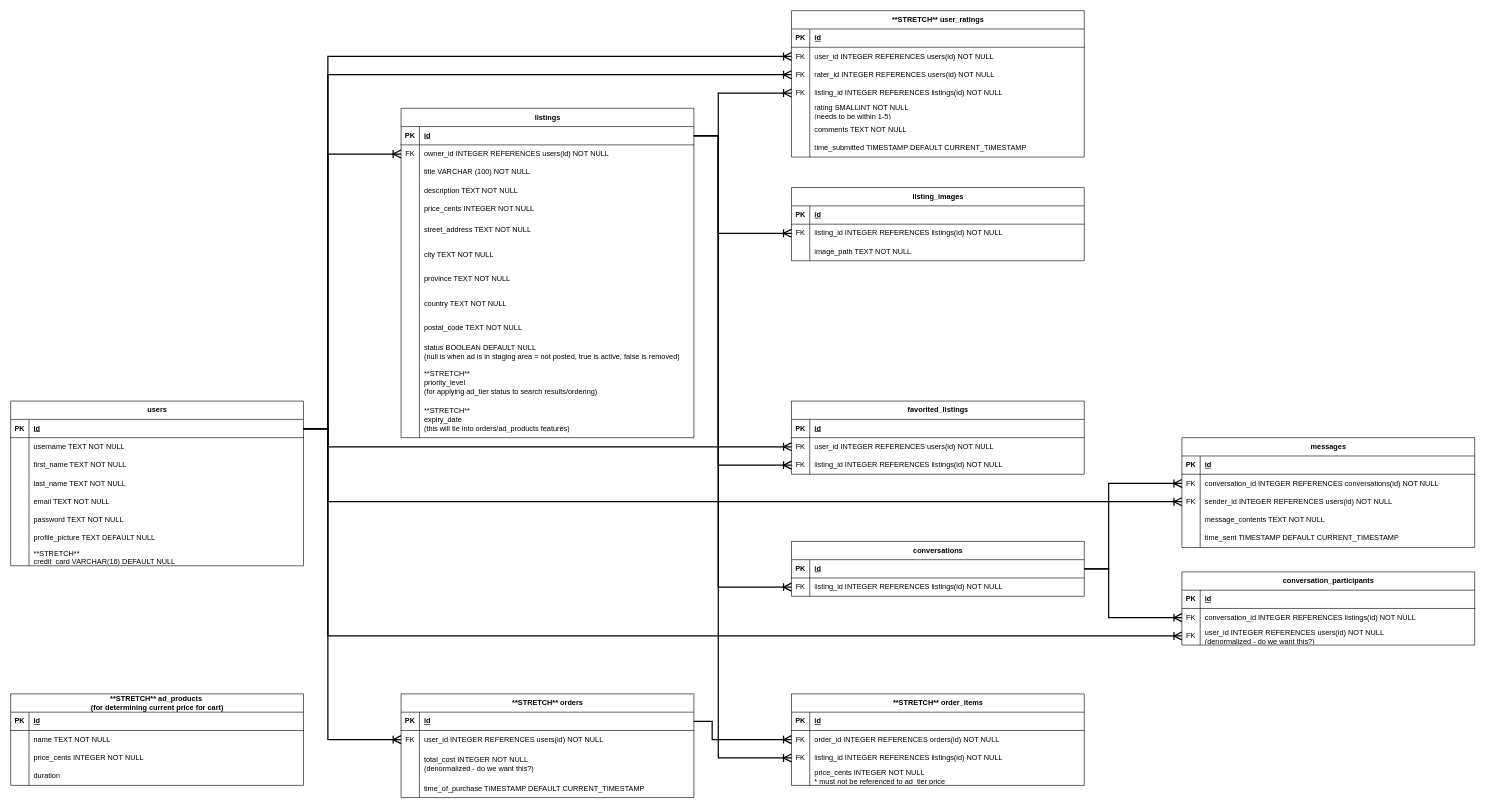
The draw.io diagram planning/GS ERD Proposal.drawio in gary92gs/buySellMidterm, before the edit. Source tidied: cells renumbered, new cells numbered last; positions are measured from the earlier drawing's top-left corner, leaving out a move shared by most shapes. Both pictures are drawn from the tidied source at 61%, with x=0, y=0 at pixel (10, 10).
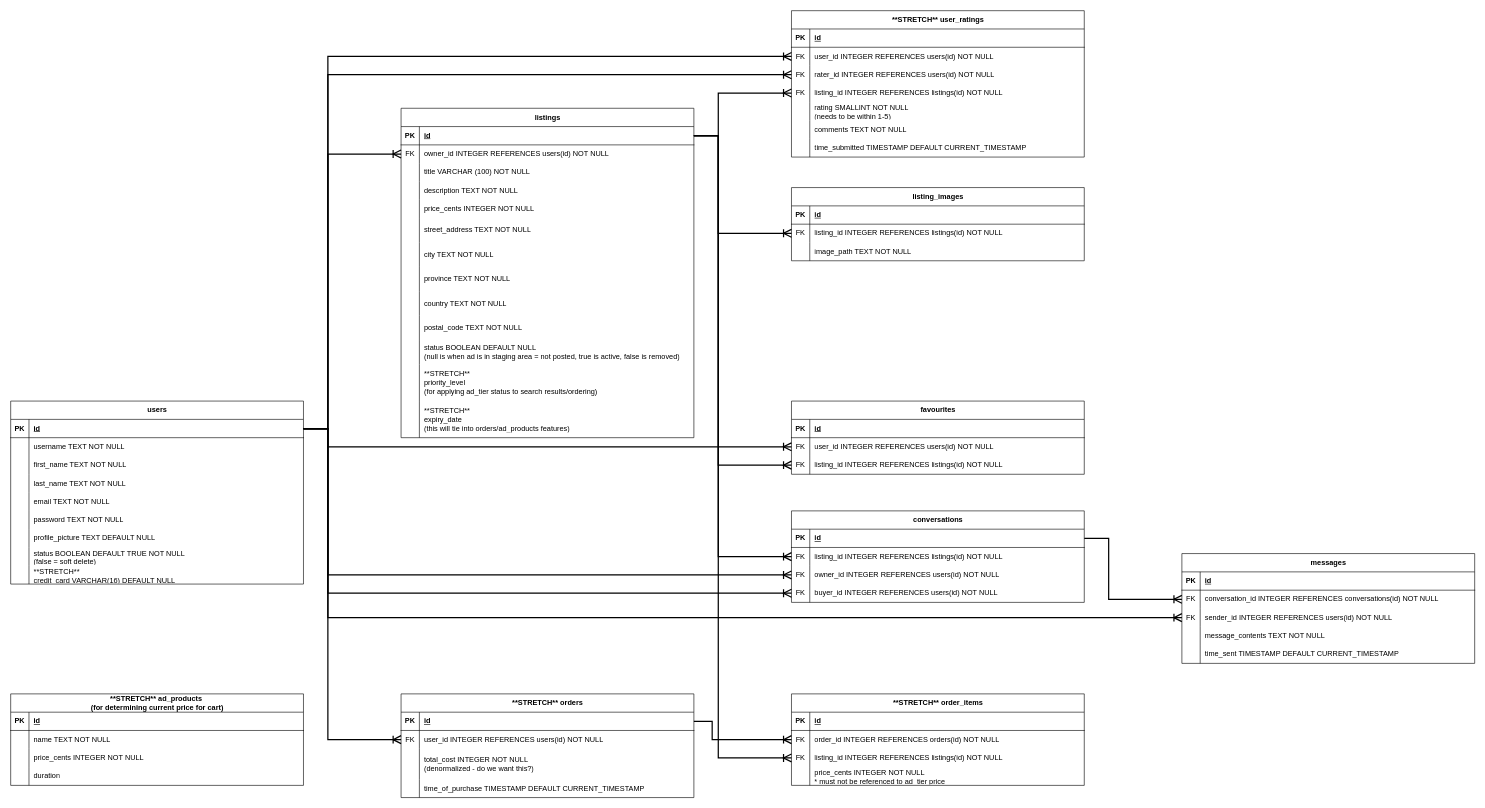
Above is the later version.

Commit message (it also covers changes not shown here):
update erd with instructor recommended changes

The change refers to these unchanged cells:
```xml
<mxCell id="17" style="shape=tableRow;horizontal=0;startSize=0;swimlaneHead=0;swimlaneBody=0;fillColor=none;points=[[0,0.5],[1,0.5]];portConstraint=eastwest;top=0;left=0;right=0;bottom=1;" parent="16" vertex="1">
  <mxGeometry y="30" width="480" height="30" as="geometry" />
</mxCell>
<mxCell id="42" style="shape=tableRow;horizontal=0;startSize=0;swimlaneHead=0;swimlaneBody=0;fillColor=none;points=[[0,0.5],[1,0.5]];portConstraint=eastwest;top=0;left=0;right=0;bottom=1;" parent="41" vertex="1">
  <mxGeometry y="30" width="480" height="30" as="geometry" />
</mxCell>
<mxCell id="85" style="shape=tableRow;horizontal=0;startSize=0;swimlaneHead=0;swimlaneBody=0;fillColor=none;points=[[0,0.5],[1,0.5]];portConstraint=eastwest;top=0;left=0;right=0;bottom=0;" parent="81" vertex="1">
  <mxGeometry y="60" width="480" height="30" as="geometry" />
</mxCell>
<mxCell id="88" style="shape=tableRow;horizontal=0;startSize=0;swimlaneHead=0;swimlaneBody=0;fillColor=none;points=[[0,0.5],[1,0.5]];portConstraint=eastwest;top=0;left=0;right=0;bottom=0;" parent="81" vertex="1">
  <mxGeometry y="90" width="480" height="30" as="geometry" />
</mxCell>
<mxCell id="98" style="shape=tableRow;horizontal=0;startSize=0;swimlaneHead=0;swimlaneBody=0;fillColor=none;points=[[0,0.5],[1,0.5]];portConstraint=eastwest;top=0;left=0;right=0;bottom=1;" parent="97" vertex="1">
  <mxGeometry y="30" width="480" height="30" as="geometry" />
</mxCell>
<mxCell id="101" style="shape=tableRow;horizontal=0;startSize=0;swimlaneHead=0;swimlaneBody=0;fillColor=none;points=[[0,0.5],[1,0.5]];portConstraint=eastwest;top=0;left=0;right=0;bottom=0;" parent="97" vertex="1">
  <mxGeometry y="60" width="480" height="30" as="geometry" />
</mxCell>
```

Diff of the diagram source:
```diff
@@
     <mxCell id="16" value="users" style="shape=table;startSize=30;childLayout=tableLayout;rowLines=0;fontStyle=1;align=center;html=1;" parent="1" vertex="1">
-      <mxGeometry y="640" width="480" height="270" as="geometry" />
+      <mxGeometry y="640" width="480" height="300" as="geometry" />
     </mxCell>
@@
+    <mxCell id="196" style="shape=tableRow;horizontal=0;startSize=0;swimlaneHead=0;swimlaneBody=0;fillColor=none;top=0;left=0;right=0;bottom=0;" parent="16" vertex="1">
+      <mxGeometry y="240" width="480" height="30" as="geometry" />
+    </mxCell>
+    <mxCell id="197" style="shape=partialRectangle;fillColor=none;top=0;left=0;bottom=0;right=0;overflow=hidden;whiteSpace=wrap;html=1;" parent="196" vertex="1">
+      <mxGeometry width="30" height="30" as="geometry" />
+    </mxCell>
+    <mxCell id="198" value="status BOOLEAN DEFAULT TRUE NOT NULL&lt;br&gt;(false = soft delete)" style="shape=partialRectangle;fillColor=none;top=0;left=0;bottom=0;right=0;align=left;spacingLeft=6;overflow=hidden;whiteSpace=wrap;html=1;" parent="196" vertex="1">
+      <mxGeometry x="30" width="450" height="30" as="geometry" />
+    </mxCell>
     <mxCell id="38" style="shape=tableRow;horizontal=0;startSize=0;swimlaneHead=0;swimlaneBody=0;fillColor=none;top=0;left=0;right=0;bottom=0;" parent="16" vertex="1">
-      <mxGeometry y="240" width="480" height="30" as="geometry" />
+      <mxGeometry y="270" width="480" height="30" as="geometry" />
     </mxCell>
@@
     <mxCell id="81" value="messages" style="shape=table;startSize=30;childLayout=tableLayout;rowLines=0;fontStyle=1;align=center;html=1;" parent="1" vertex="1">
-      <mxGeometry x="1920" y="700" width="480" height="180" as="geometry" />
+      <mxGeometry x="1920" y="890" width="480" height="180" as="geometry" />
     </mxCell>
@@
     <mxCell id="97" value="conversations" style="shape=table;startSize=30;childLayout=tableLayout;rowLines=0;fontStyle=1;align=center;html=1;" parent="1" vertex="1">
-      <mxGeometry x="1280" y="870" width="480" height="90" as="geometry" />
+      <mxGeometry x="1280" y="820" width="480" height="150" as="geometry" />
     </mxCell>
@@
+    <mxCell id="151" style="shape=tableRow;horizontal=0;startSize=0;swimlaneHead=0;swimlaneBody=0;fillColor=none;points=[[0,0.5],[1,0.5]];portConstraint=eastwest;top=0;left=0;right=0;bottom=0;" parent="97" vertex="1">
+      <mxGeometry y="90" width="480" height="30" as="geometry" />
+    </mxCell>
+    <mxCell id="199" value="FK" style="shape=partialRectangle;fillColor=none;top=0;left=0;bottom=0;right=0;overflow=hidden;whiteSpace=wrap;html=1;" parent="151" vertex="1">
+      <mxGeometry width="30" height="30" as="geometry" />
+    </mxCell>
+    <mxCell id="200" value="owner_id INTEGER REFERENCES users(id) NOT NULL" style="shape=partialRectangle;fillColor=none;top=0;left=0;bottom=0;right=0;align=left;spacingLeft=6;overflow=hidden;whiteSpace=wrap;html=1;" parent="151" vertex="1">
+      <mxGeometry x="30" width="450" height="30" as="geometry" />
+    </mxCell>
+    <mxCell id="201" style="shape=tableRow;horizontal=0;startSize=0;swimlaneHead=0;swimlaneBody=0;fillColor=none;points=[[0,0.5],[1,0.5]];portConstraint=eastwest;top=0;left=0;right=0;bottom=0;" parent="97" vertex="1">
+      <mxGeometry y="120" width="480" height="30" as="geometry" />
+    </mxCell>
+    <mxCell id="202" value="FK" style="shape=partialRectangle;fillColor=none;top=0;left=0;bottom=0;right=0;overflow=hidden;whiteSpace=wrap;html=1;" parent="201" vertex="1">
+      <mxGeometry width="30" height="30" as="geometry" />
+    </mxCell>
+    <mxCell id="203" value="buyer_id INTEGER REFERENCES users(id) NOT NULL" style="shape=partialRectangle;fillColor=none;top=0;left=0;bottom=0;right=0;align=left;spacingLeft=6;overflow=hidden;whiteSpace=wrap;html=1;" parent="201" vertex="1">
+      <mxGeometry x="30" width="450" height="30" as="geometry" />
+    </mxCell>
@@
     <mxCell id="140" style="edgeStyle=orthogonalEdgeStyle;fontSize=12;html=1;endArrow=ERoneToMany;rounded=0;strokeWidth=2;endSize=10;exitX=1;exitY=0.5;exitDx=0;exitDy=0;entryX=0;entryY=0.5;entryDx=0;entryDy=0;" parent="1" edge="1" source="17" target="88">
       <mxGeometry relative="1" as="geometry">
         <Array as="points">
           <mxPoint x="520" y="685" />
-          <mxPoint x="520" y="805" />
+          <mxPoint x="520" y="995" />
         </Array>
       </mxGeometry>
     </mxCell>
@@
     <mxCell id="142" style="edgeStyle=orthogonalEdgeStyle;fontSize=12;html=1;endArrow=ERoneToMany;rounded=0;strokeWidth=2;endSize=10;exitX=1;exitY=0.5;exitDx=0;exitDy=0;entryX=0;entryY=0.5;entryDx=0;entryDy=0;" parent="1" edge="1" source="42" target="101">
       <mxGeometry relative="1" as="geometry">
         <Array as="points">
           <mxPoint x="1160" y="205" />
-          <mxPoint x="1160" y="945" />
+          <mxPoint x="1160" y="895" />
         </Array>
       </mxGeometry>
     </mxCell>
     <mxCell id="143" style="edgeStyle=orthogonalEdgeStyle;fontSize=12;html=1;endArrow=ERoneToMany;rounded=0;strokeWidth=2;endSize=10;exitX=1;exitY=0.5;exitDx=0;exitDy=0;entryX=0;entryY=0.5;entryDx=0;entryDy=0;" parent="1" edge="1" source="98" target="85">
       <mxGeometry relative="1" as="geometry">
         <Array as="points">
-          <mxPoint x="1800" y="915" />
-          <mxPoint x="1800" y="775" />
+          <mxPoint x="1800" y="865" />
+          <mxPoint x="1800" y="965" />
         </Array>
       </mxGeometry>
     </mxCell>
-    <mxCell id="144" value="conversation_participants" style="shape=table;startSize=30;childLayout=tableLayout;rowLines=0;fontStyle=1;align=center;html=1;" parent="1" vertex="1">
-      <mxGeometry x="1920" y="920" width="480" height="120" as="geometry" />
-    </mxCell>
-    <mxCell id="145" style="shape=tableRow;horizontal=0;startSize=0;swimlaneHead=0;swimlaneBody=0;fillColor=none;top=0;left=0;right=0;bottom=1;" parent="144" vertex="1">
-      <mxGeometry y="30" width="480" height="30" as="geometry" />
-    </mxCell>
-    <mxCell id="146" value="PK" style="shape=partialRectangle;fillColor=none;top=0;left=0;bottom=0;right=0;fontStyle=1;overflow=hidden;whiteSpace=wrap;html=1;" parent="145" vertex="1">
-      <mxGeometry width="30" height="30" as="geometry" />
-    </mxCell>
-    <mxCell id="147" value="id" style="shape=partialRectangle;fillColor=none;top=0;left=0;bottom=0;right=0;align=left;spacingLeft=6;fontStyle=5;overflow=hidden;whiteSpace=wrap;html=1;" parent="145" vertex="1">
-      <mxGeometry x="30" width="450" height="30" as="geometry" />
-    </mxCell>
-    <mxCell id="148" style="shape=tableRow;horizontal=0;startSize=0;swimlaneHead=0;swimlaneBody=0;fillColor=none;points=[[0,0.5],[1,0.5]];portConstraint=eastwest;top=0;left=0;right=0;bottom=0;" parent="144" vertex="1">
-      <mxGeometry y="60" width="480" height="30" as="geometry" />
-    </mxCell>
-    <mxCell id="149" value="FK" style="shape=partialRectangle;fillColor=none;top=0;left=0;bottom=0;right=0;overflow=hidden;whiteSpace=wrap;html=1;" parent="148" vertex="1">
-      <mxGeometry width="30" height="30" as="geometry" />
-    </mxCell>
-    <mxCell id="150" value="conversation_id INTEGER REFERENCES listings(id) NOT NULL" style="shape=partialRectangle;fillColor=none;top=0;left=0;bottom=0;right=0;align=left;spacingLeft=6;overflow=hidden;whiteSpace=wrap;html=1;" parent="148" vertex="1">
-      <mxGeometry x="30" width="450" height="30" as="geometry" />
-    </mxCell>
-    <mxCell id="151" style="shape=tableRow;horizontal=0;startSize=0;swimlaneHead=0;swimlaneBody=0;fillColor=none;points=[[0,0.5],[1,0.5]];portConstraint=eastwest;top=0;left=0;right=0;bottom=0;" parent="144" vertex="1">
-      <mxGeometry y="90" width="480" height="30" as="geometry" />
-    </mxCell>
-    <mxCell id="152" value="FK" style="shape=partialRectangle;fillColor=none;top=0;left=0;bottom=0;right=0;overflow=hidden;whiteSpace=wrap;html=1;" parent="151" vertex="1">
-      <mxGeometry width="30" height="30" as="geometry" />
-    </mxCell>
-    <mxCell id="153" value="user_id INTEGER REFERENCES users(id) NOT NULL&lt;br&gt;(denormalized - do we want this?)" style="shape=partialRectangle;fillColor=none;top=0;left=0;bottom=0;right=0;align=left;spacingLeft=6;overflow=hidden;whiteSpace=wrap;html=1;" parent="151" vertex="1">
-      <mxGeometry x="30" width="450" height="30" as="geometry" />
-    </mxCell>
-    <mxCell id="154" style="edgeStyle=orthogonalEdgeStyle;fontSize=12;html=1;endArrow=ERoneToMany;rounded=0;strokeWidth=2;endSize=10;exitX=1;exitY=0.5;exitDx=0;exitDy=0;entryX=0;entryY=0.5;entryDx=0;entryDy=0;" parent="1" edge="1" source="17" target="151">
-      <mxGeometry relative="1" as="geometry">
-        <Array as="points">
-          <mxPoint x="520" y="685" />
-          <mxPoint x="520" y="1025" />
-        </Array>
-      </mxGeometry>
-    </mxCell>
-    <mxCell id="155" style="edgeStyle=orthogonalEdgeStyle;fontSize=12;html=1;endArrow=ERoneToMany;rounded=0;strokeWidth=2;endSize=10;exitX=1;exitY=0.5;exitDx=0;exitDy=0;entryX=0;entryY=0.5;entryDx=0;entryDy=0;" parent="1" edge="1" source="98" target="148">
-      <mxGeometry relative="1" as="geometry">
-        <Array as="points">
-          <mxPoint x="1800" y="915" />
-          <mxPoint x="1800" y="995" />
-        </Array>
-      </mxGeometry>
-    </mxCell>
@@
-    <mxCell id="159" value="favorited_listings" style="shape=table;startSize=30;childLayout=tableLayout;rowLines=0;fontStyle=1;align=center;html=1;" parent="1" vertex="1">
+    <mxCell id="159" value="favourites" style="shape=table;startSize=30;childLayout=tableLayout;rowLines=0;fontStyle=1;align=center;html=1;" parent="1" vertex="1">
       <mxGeometry x="1280" y="640" width="480" height="120" as="geometry" />
     </mxCell>
@@
+    <mxCell id="154" style="edgeStyle=orthogonalEdgeStyle;fontSize=12;html=1;endArrow=ERoneToMany;rounded=0;strokeWidth=2;endSize=10;exitX=1;exitY=0.5;exitDx=0;exitDy=0;entryX=0;entryY=0.5;entryDx=0;entryDy=0;" parent="1" edge="1" source="17" target="151">
+      <mxGeometry relative="1" as="geometry">
+        <Array as="points">
+          <mxPoint x="520" y="685" />
+          <mxPoint x="520" y="925" />
+        </Array>
+      </mxGeometry>
+    </mxCell>
+    <mxCell id="204" style="edgeStyle=orthogonalEdgeStyle;fontSize=12;html=1;endArrow=ERoneToMany;rounded=0;strokeWidth=2;endSize=10;exitX=1;exitY=0.5;exitDx=0;exitDy=0;entryX=0;entryY=0.5;entryDx=0;entryDy=0;" parent="1" edge="1" source="17" target="201">
+      <mxGeometry relative="1" as="geometry">
+        <Array as="points">
+          <mxPoint x="520" y="685" />
+          <mxPoint x="520" y="955" />
+        </Array>
+      </mxGeometry>
+    </mxCell>
```
